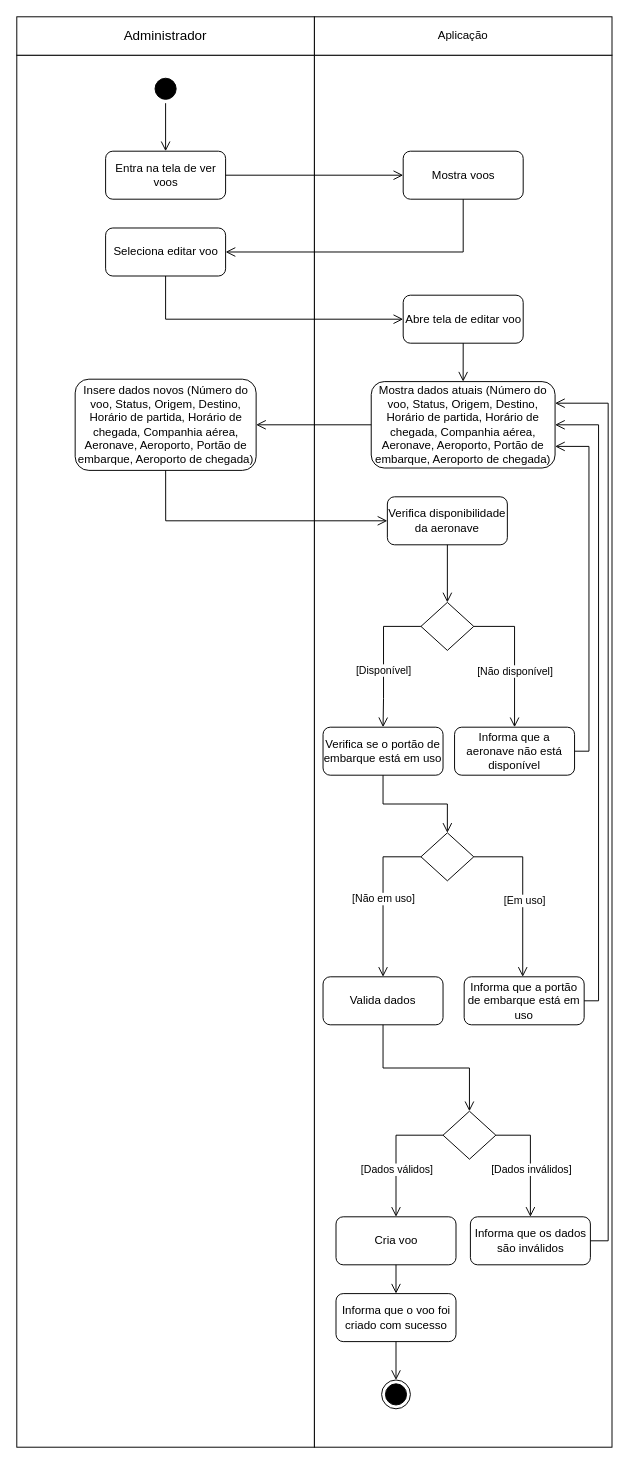
Above: Diagramas/Eng_de_Software/Modelos/Atividade/Update_Voo.drawio in GabrielGMori/trabalho-conclus-o-ano (draw.io), before the change. Source tidied: cells renumbered, new cells numbered last; positions are measured from the earlier drawing's top-left corner, leaving out a move shared by most shapes. Both pictures are drawn from the tidied source at 96%, with x=0, y=0 at pixel (16, 16).
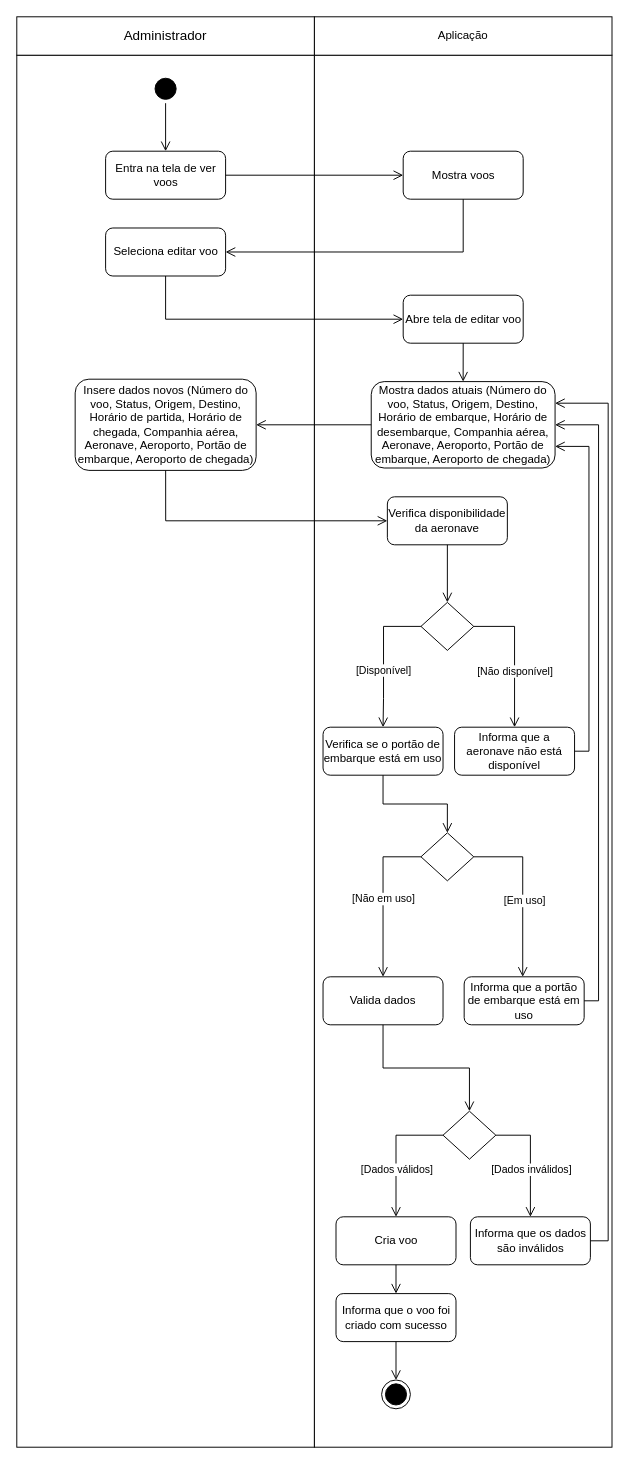
After the change.

What changed in the source:
```diff
@@
-    <mxCell id="9" value="Mostra dados atuais&amp;nbsp;(Número do voo, Status, Origem, Destino, Horário de partida, Horário de chegada, Companhia aérea, Aeronave, Aeroporto, Portão de embarque, Aeroporto de chegada)" style="rounded=1;whiteSpace=wrap;html=1;" parent="1" vertex="1">
+    <mxCell id="9" value="Mostra dados atuais&amp;nbsp;(Número do voo, Status, Origem, Destino, Horário de embarque, Horário de desembarque, Companhia aérea, Aeronave, Aeroporto, Portão de embarque, Aeroporto de chegada)" style="rounded=1;whiteSpace=wrap;html=1;" parent="1" vertex="1">
       <mxGeometry x="369.2" y="380" width="191.5" height="90" as="geometry" />
     </mxCell>
```
